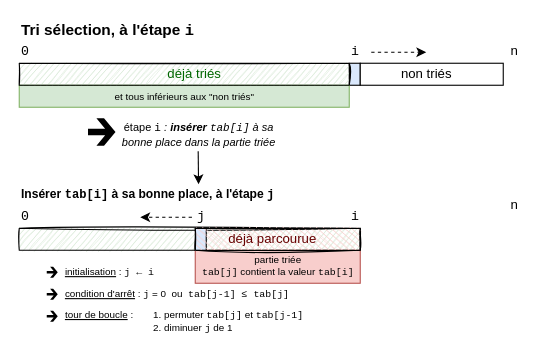
This is cours/algorithmes/algos_1/tris/img_tri_selection.drawio from padilla-nsi/1nsi, a draw.io file, before an edit. Source tidied: cells renumbered, new cells numbered last; positions are measured from the earlier drawing's top-left corner, leaving out a move shared by most shapes. Both pictures are drawn from the tidied source at 110%, with x=0, y=0 at pixel (19, 19).
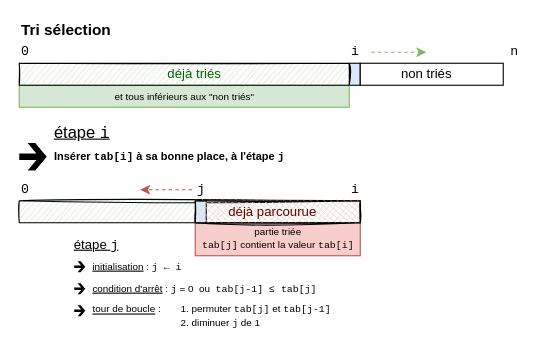
The same page after the edit.

Commit message (it also covers changes not shown here):
ajout flèches

The change refers to these unchanged cells:
```xml
<mxCell id="9" value="i" style="text;html=1;align=left;verticalAlign=middle;points=[];strokeColor=none;fillColor=none;fontFamily=Courier New;" parent="1" vertex="1">
  <mxGeometry x="300" y="20" width="20" height="20" as="geometry" />
</mxCell>
```

Change to the diagram source:
```diff
@@
     <mxCell id="2" style="group;fillColor=#f8cecc;strokeColor=#b85450;" parent="1" vertex="1">
-      <mxGeometry x="160" y="210" width="150" height="30" as="geometry" />
+      <mxGeometry x="160" y="185" width="150" height="30" as="geometry" />
     </mxCell>
     <mxCell id="3" value="&lt;div style=&quot;font-size: 9px&quot;&gt;&lt;/div&gt;&lt;span style=&quot;font-family: &amp;quot;helvetica&amp;quot; ; font-size: 9px&quot;&gt;partie triée&lt;br&gt;&lt;/span&gt;&lt;font face=&quot;Courier New&quot;&gt;tab[j]&lt;/font&gt;&lt;span style=&quot;font-family: &amp;quot;helvetica&amp;quot;&quot;&gt;&amp;nbsp;contient la valeur&amp;nbsp;&lt;/span&gt;&lt;font face=&quot;Courier New&quot;&gt;tab[i]&lt;/font&gt;&lt;span style=&quot;font-family: &amp;quot;courier new&amp;quot; ; font-size: 9px&quot;&gt;&lt;br style=&quot;font-size: 9px&quot;&gt;&lt;/span&gt;" style="text;html=1;align=center;verticalAlign=middle;strokeColor=none;fillColor=none;fontFamily=Helvetica;fontColor=default;fontSize=9;" parent="1" vertex="1">
-      <mxGeometry x="160" y="210" width="150" height="30" as="geometry" />
+      <mxGeometry x="160" y="185" width="150" height="30" as="geometry" />
     </mxCell>
     <mxCell id="4" style="rounded=0;whiteSpace=wrap;html=1;fontFamily=Courier New;fillColor=#d5e8d4;strokeColor=#000000;sketch=1;shadow=0;glass=0;" parent="1" vertex="1">
-      <mxGeometry y="190" width="310" height="20" as="geometry" />
+      <mxGeometry y="165" width="310" height="20" as="geometry" />
     </mxCell>
@@
-    <mxCell id="8" style="edgeStyle=orthogonalEdgeStyle;html=1;fontFamily=Courier New;fontSize=9;fontColor=#006600;startArrow=none;startFill=0;dashed=1;" parent="1" edge="1" source="9">
+    <mxCell id="8" style="edgeStyle=orthogonalEdgeStyle;html=1;fontFamily=Courier New;fontSize=9;fontColor=#006600;startArrow=none;startFill=0;dashed=1;fillColor=#d5e8d4;strokeColor=#82b366;" parent="1" edge="1" source="9">
       <mxGeometry relative="1" as="geometry">
         <mxPoint x="370" y="30" as="targetPoint" />
       </mxGeometry>
     </mxCell>
@@
     <mxCell id="12" value="0" style="text;html=1;align=left;verticalAlign=middle;strokeColor=none;fillColor=none;fontFamily=Courier New;" parent="1" vertex="1">
-      <mxGeometry y="170" width="20" height="20" as="geometry" />
+      <mxGeometry y="145" width="20" height="20" as="geometry" />
     </mxCell>
-    <mxCell id="13" value="n" style="text;html=1;align=center;verticalAlign=middle;strokeColor=none;fillColor=none;fontFamily=Courier New;" parent="1" vertex="1">
-      <mxGeometry x="440" y="160" width="20" height="20" as="geometry" />
-    </mxCell>
-    <mxCell id="14" style="edgeStyle=orthogonalEdgeStyle;html=1;dashed=1;fontFamily=Courier New;fontSize=9;fontColor=#006600;startArrow=none;startFill=0;sourcePerimeterSpacing=3;" parent="1" edge="1" source="15">
+    <mxCell id="14" style="edgeStyle=orthogonalEdgeStyle;html=1;dashed=1;fontFamily=Courier New;fontSize=9;fontColor=#006600;startArrow=none;startFill=0;sourcePerimeterSpacing=3;fillColor=#f8cecc;strokeColor=#b85450;" parent="1" edge="1" source="15">
       <mxGeometry relative="1" as="geometry">
-        <mxPoint x="110" y="180" as="targetPoint" />
+        <mxPoint x="110" y="155" as="targetPoint" />
       </mxGeometry>
     </mxCell>
     <mxCell id="15" value="j" style="text;html=1;align=left;verticalAlign=middle;points=[];strokeColor=none;fillColor=none;fontFamily=Courier New;" parent="1" vertex="1">
-      <mxGeometry x="160" y="170" width="20" height="20" as="geometry" />
+      <mxGeometry x="160" y="145" width="20" height="20" as="geometry" />
     </mxCell>
@@
-    <mxCell id="18" value="&lt;font face=&quot;Helvetica&quot; style=&quot;font-size: 14px&quot;&gt;Tri sélection, à l'étape &lt;/font&gt;&lt;font style=&quot;font-size: 14px&quot;&gt;i&lt;/font&gt;" style="text;html=1;align=left;verticalAlign=middle;strokeColor=none;fillColor=none;fontSize=14;fontFamily=Courier New;fontStyle=1;" parent="1" vertex="1">
-      <mxGeometry width="170" height="20" as="geometry" />
+    <mxCell id="18" value="&lt;font face=&quot;Helvetica&quot; style=&quot;font-size: 14px&quot;&gt;Tri sélection&lt;/font&gt;" style="text;html=1;align=left;verticalAlign=middle;strokeColor=none;fillColor=none;fontSize=14;fontFamily=Courier New;fontStyle=1;" parent="1" vertex="1">
+      <mxGeometry width="100" height="20" as="geometry" />
     </mxCell>
@@
-    <mxCell id="20" value="&lt;font face=&quot;Helvetica&quot; style=&quot;font-size: 11px&quot;&gt;Insérer &lt;/font&gt;&lt;font style=&quot;font-size: 11px&quot;&gt;tab[i]&lt;/font&gt;&lt;font face=&quot;Helvetica&quot; style=&quot;font-size: 11px&quot;&gt; à sa bonne place, à l'étape &lt;/font&gt;&lt;font style=&quot;font-size: 11px&quot;&gt;j&lt;/font&gt;" style="text;html=1;align=left;verticalAlign=middle;strokeColor=none;fillColor=none;fontSize=11;fontFamily=Courier New;fontStyle=1;" parent="1" vertex="1">
-      <mxGeometry y="150" width="250" height="20" as="geometry" />
+    <mxCell id="20" value="&lt;font face=&quot;Helvetica&quot; style=&quot;font-size: 10px;&quot;&gt;Insérer &lt;/font&gt;&lt;font style=&quot;font-size: 10px;&quot;&gt;tab[i]&lt;/font&gt;&lt;font face=&quot;Helvetica&quot; style=&quot;font-size: 10px;&quot;&gt; à sa bonne place, à l'étape &lt;/font&gt;&lt;font style=&quot;font-size: 10px;&quot;&gt;j&lt;/font&gt;" style="text;html=1;align=left;verticalAlign=middle;strokeColor=none;fillColor=none;fontSize=10;fontFamily=Courier New;fontStyle=1;" parent="1" vertex="1">
+      <mxGeometry x="30" y="115" width="220" height="20" as="geometry" />
     </mxCell>
@@
     <mxCell id="22" style="shape=mxgraph.signs.travel.arrow_east;html=1;fillColor=#000000;strokeColor=none;verticalLabelPosition=bottom;verticalAlign=top;align=center;sketch=0;rounded=0;shadow=0;glass=0;fontFamily=Courier New;fontSize=8;" parent="1" vertex="1">
-      <mxGeometry x="62.5" y="90" width="25" height="25" as="geometry" />
+      <mxGeometry y="112.5" width="25" height="25" as="geometry" />
     </mxCell>
     <mxCell id="23" style="whiteSpace=wrap;html=1;rounded=0;fontFamily=Courier New;fillColor=#dae8fc;strokeColor=#000000;labelBorderColor=none;labelBackgroundColor=none;fontColor=default;" parent="1" vertex="1">
-      <mxGeometry x="160" y="190" width="10" height="20" as="geometry" />
+      <mxGeometry x="160" y="165" width="10" height="20" as="geometry" />
     </mxCell>
     <mxCell id="24" style="whiteSpace=wrap;html=1;rounded=0;fontFamily=Courier New;fillColor=#f8cecc;strokeColor=#000000;sketch=1;direction=north;" parent="1" vertex="1">
-      <mxGeometry x="160" y="190" width="150" height="20" as="geometry" />
+      <mxGeometry x="160" y="165" width="150" height="20" as="geometry" />
     </mxCell>
     <mxCell id="25" value="i" style="text;html=1;align=left;verticalAlign=middle;strokeColor=none;fillColor=none;fontFamily=Courier New;" parent="1" vertex="1">
-      <mxGeometry x="300" y="170" width="20" height="20" as="geometry" />
+      <mxGeometry x="300" y="145" width="20" height="20" as="geometry" />
     </mxCell>
-    <mxCell id="26" style="edgeStyle=none;html=1;fontFamily=Courier New;fontColor=default;" parent="1" edge="1" source="27">
-      <mxGeometry relative="1" as="geometry">
-        <mxPoint x="163" y="150" as="targetPoint" />
-      </mxGeometry>
-    </mxCell>
-    <mxCell id="27" value="&lt;span style=&quot;font-family: &amp;#34;helvetica&amp;#34; ; font-size: 10px&quot;&gt;étape&amp;nbsp;&lt;font face=&quot;Courier New&quot;&gt;i&lt;/font&gt;&amp;nbsp;&lt;/span&gt;&lt;span style=&quot;font-family: &amp;#34;helvetica&amp;#34; ; font-size: 10px ; font-style: italic&quot;&gt;:&amp;nbsp;&lt;/span&gt;&lt;b style=&quot;font-family: &amp;#34;helvetica&amp;#34; ; font-size: 10px ; font-style: italic&quot;&gt;insérer&lt;/b&gt;&lt;span style=&quot;font-family: &amp;#34;helvetica&amp;#34; ; font-size: 10px ; font-style: italic&quot;&gt;&amp;nbsp;&lt;/span&gt;&lt;font face=&quot;Courier New&quot; style=&quot;font-size: 10px ; font-style: italic&quot;&gt;tab[i]&lt;/font&gt;&lt;span style=&quot;font-family: &amp;#34;helvetica&amp;#34; ; font-size: 10px ; font-style: italic&quot;&gt;&amp;nbsp;à sa&lt;/span&gt;&lt;br style=&quot;font-family: &amp;#34;helvetica&amp;#34; ; font-size: 10px ; font-style: italic&quot;&gt;&lt;div style=&quot;font-family: &amp;#34;helvetica&amp;#34; ; font-size: 10px ; font-style: italic ; text-align: left&quot;&gt;bonne&amp;nbsp;place dans la partie triée&lt;/div&gt;" style="text;html=1;align=center;verticalAlign=middle;points=[];strokeColor=none;fillColor=none;fontFamily=Courier New;fontColor=default;" parent="1" vertex="1">
-      <mxGeometry x="87.5" y="90" width="150" height="30" as="geometry" />
+    <mxCell id="27" value="&lt;span style=&quot;font-family: helvetica; font-size: 15px;&quot;&gt;étape&amp;nbsp;&lt;font face=&quot;Courier New&quot; style=&quot;font-size: 15px;&quot;&gt;i&lt;/font&gt;&lt;/span&gt;" style="text;html=1;align=left;verticalAlign=middle;points=[];strokeColor=none;fillColor=none;fontFamily=Courier New;fontColor=default;fontSize=15;fontStyle=4;" parent="1" vertex="1">
+      <mxGeometry x="30" y="92.5" width="70" height="20" as="geometry" />
     </mxCell>
     <mxCell id="28" value="&lt;div&gt;&lt;span style=&quot;font-family: &amp;quot;helvetica&amp;quot;&quot;&gt;déjà parcourue&lt;/span&gt;&lt;/div&gt;" style="text;html=1;align=center;verticalAlign=middle;fontFamily=Courier New;fontColor=#660000;" parent="1" vertex="1">
-      <mxGeometry x="180" y="190" width="100" height="20" as="geometry" />
+      <mxGeometry x="180" y="165" width="100" height="20" as="geometry" />
     </mxCell>
     <mxCell id="29" style="shape=mxgraph.signs.travel.arrow_east;html=1;fillColor=#000000;strokeColor=none;verticalLabelPosition=bottom;verticalAlign=top;align=center;sketch=0;rounded=0;shadow=0;glass=0;fontFamily=Courier New;fontSize=8;" parent="1" vertex="1">
-      <mxGeometry x="25" y="225" width="10" height="10" as="geometry" />
+      <mxGeometry x="50" y="220" width="10" height="10" as="geometry" />
     </mxCell>
     <mxCell id="30" value="&lt;u&gt;initialisation&lt;/u&gt; : &lt;font face=&quot;Courier New&quot;&gt;j ← i&lt;/font&gt;" style="text;html=1;align=left;verticalAlign=middle;strokeColor=none;fillColor=none;fontSize=9;fontFamily=Helvetica;fontColor=default;" parent="1" vertex="1">
-      <mxGeometry x="40" y="220" width="100" height="20" as="geometry" />
+      <mxGeometry x="65" y="215" width="100" height="20" as="geometry" />
     </mxCell>
     <mxCell id="31" value="&lt;u&gt;condition d'arrêt&lt;/u&gt; :&amp;nbsp;&lt;span style=&quot;font-family: &amp;#34;courier new&amp;#34;&quot;&gt;j&lt;/span&gt;&amp;nbsp;= 0&amp;nbsp; ou&amp;nbsp;&amp;nbsp;&lt;font face=&quot;Courier New&quot;&gt;tab[j-1] ≤ tab[j]&lt;/font&gt;" style="text;html=1;align=left;verticalAlign=middle;strokeColor=none;fillColor=none;fontSize=9;fontFamily=Helvetica;fontColor=default;" parent="1" vertex="1">
-      <mxGeometry x="40" y="240" width="220" height="20" as="geometry" />
+      <mxGeometry x="65" y="235" width="220" height="20" as="geometry" />
     </mxCell>
     <mxCell id="32" style="shape=mxgraph.signs.travel.arrow_east;html=1;fillColor=#000000;strokeColor=none;verticalLabelPosition=bottom;verticalAlign=top;align=center;sketch=0;rounded=0;shadow=0;glass=0;fontFamily=Courier New;fontSize=8;" parent="1" vertex="1">
-      <mxGeometry x="25" y="245" width="10" height="10" as="geometry" />
+      <mxGeometry x="50" y="240" width="10" height="10" as="geometry" />
     </mxCell>
     <mxCell id="33" value="&lt;u&gt;tour de boucle&lt;/u&gt; : &lt;span style=&quot;white-space: pre&quot;&gt;&#9;&lt;/span&gt;1. permuter &lt;font face=&quot;Courier New&quot;&gt;tab[j]&lt;/font&gt; et &lt;font face=&quot;Courier New&quot;&gt;tab[j-1]&lt;br&gt;&lt;/font&gt;&lt;span style=&quot;white-space: pre&quot;&gt;&#9;&lt;/span&gt;&lt;span style=&quot;white-space: pre&quot;&gt;&#9;&lt;/span&gt;&lt;span style=&quot;white-space: pre&quot;&gt;&#9;&lt;/span&gt;&lt;span style=&quot;white-space: pre&quot;&gt;&#9;&lt;/span&gt;2. diminuer &lt;font face=&quot;Courier New&quot;&gt;j&lt;/font&gt; de 1" style="text;html=1;align=left;verticalAlign=bottom;strokeColor=none;fillColor=none;fontSize=9;fontFamily=Helvetica;fontColor=default;" parent="1" vertex="1">
-      <mxGeometry x="40" y="260" width="230" height="30" as="geometry" />
+      <mxGeometry x="65" y="255" width="230" height="30" as="geometry" />
     </mxCell>
     <mxCell id="34" style="shape=mxgraph.signs.travel.arrow_east;html=1;fillColor=#000000;strokeColor=none;verticalLabelPosition=bottom;verticalAlign=top;align=center;sketch=0;rounded=0;shadow=0;glass=0;fontFamily=Courier New;fontSize=8;" parent="1" vertex="1">
-      <mxGeometry x="25" y="265" width="10" height="10" as="geometry" />
+      <mxGeometry x="50" y="260" width="10" height="10" as="geometry" />
     </mxCell>
+    <mxCell id="35" value="&lt;font style=&quot;font-size: 12px&quot;&gt;&lt;u&gt;étape &lt;font face=&quot;Courier New&quot;&gt;j&lt;/font&gt;&lt;/u&gt;&lt;/font&gt;" style="text;html=1;align=left;verticalAlign=middle;strokeColor=none;fillColor=none;fontSize=10;fontFamily=Helvetica;fontColor=default;" parent="1" vertex="1">
+      <mxGeometry x="48" y="195" width="60" height="20" as="geometry" />
+    </mxCell>
```
